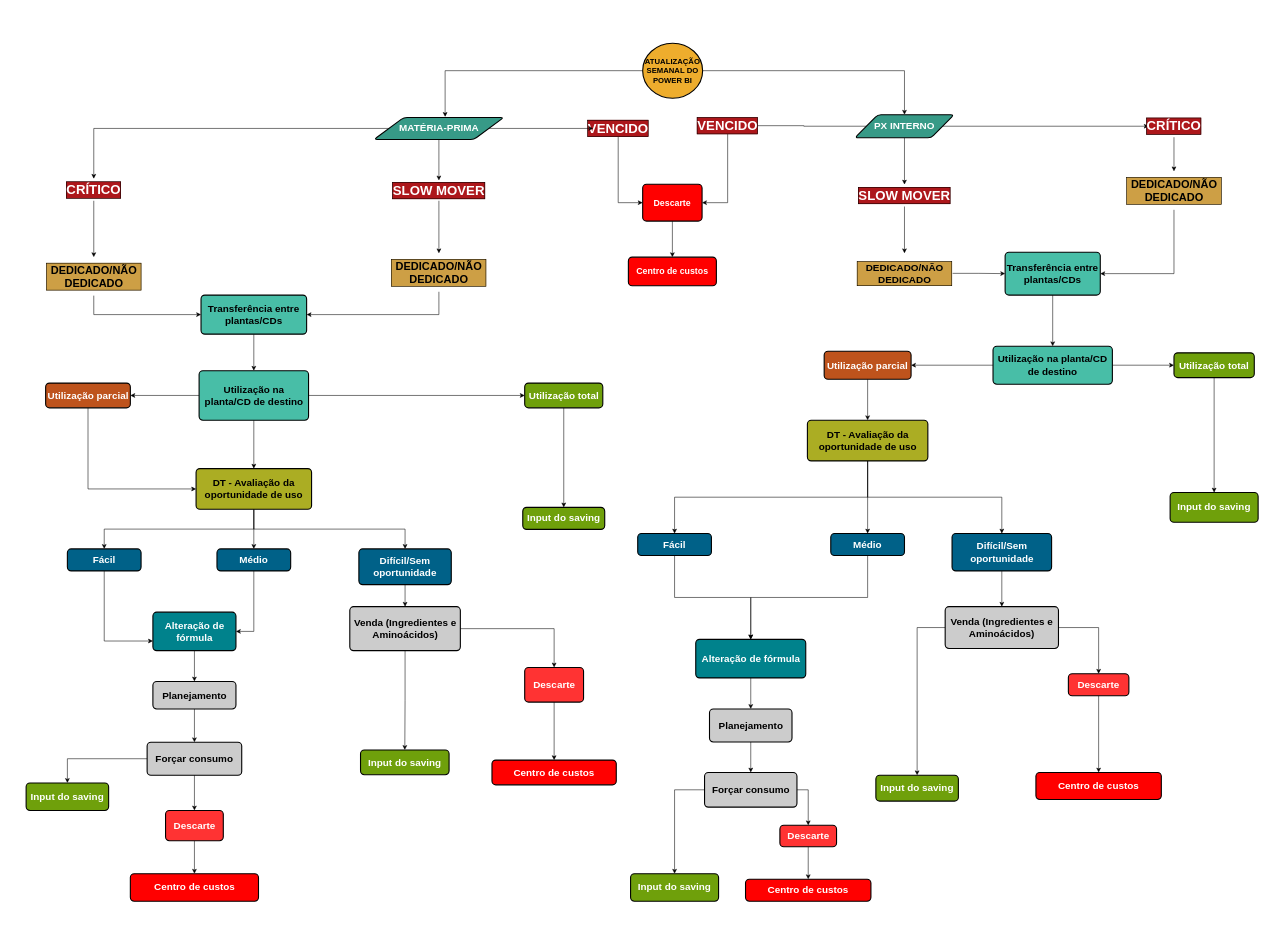
Above: page "MP e PX interno" (3 of 5) of Untitled Diagram.drawio in geovanafsantos/ascoisatudo (draw.io), before the change. Source tidied: cells renumbered, new cells numbered last; positions are measured from the earlier drawing's top-left corner, leaving out a move shared by most shapes. Both pictures are drawn from the tidied source at 55%, with x=0, y=0 at pixel (26, 43).
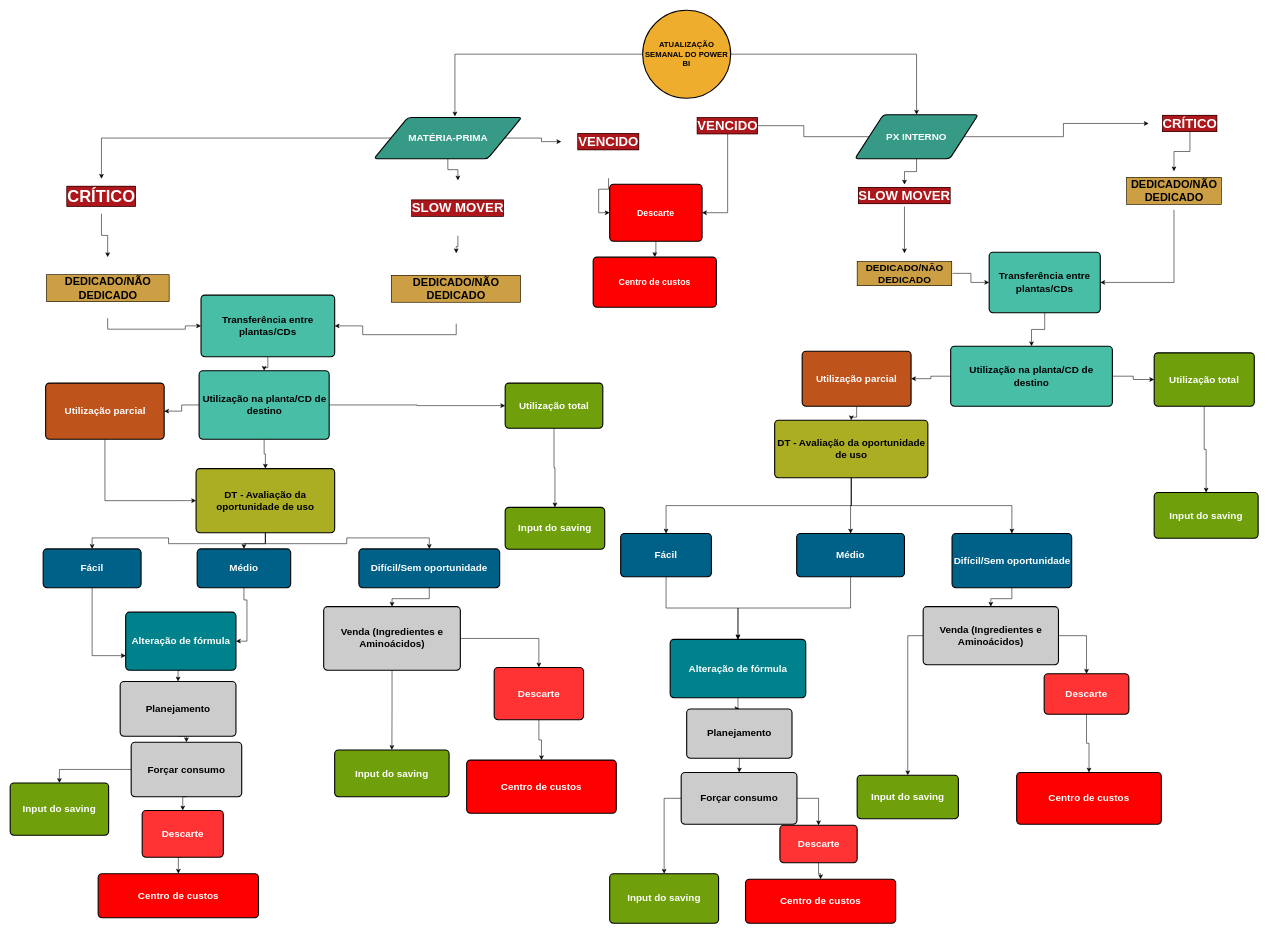
After the change.

The edit, as a diff of the source:
```diff
@@
     <mxCell id="4" value="&lt;font style=&quot;font-size: 14px;&quot;&gt;ATUALIZAÇÃO SEMANAL DO POWER BI&lt;/font&gt;" style="strokeWidth=2;html=1;shape=mxgraph.flowchart.start_2;whiteSpace=wrap;fillColor=#EEAD2D;fontSize=14;fontStyle=1;" parent="1" vertex="1">
-      <mxGeometry x="1121" width="109" height="100" as="geometry" />
+      <mxGeometry x="1121" y="-60" width="160" height="160" as="geometry" />
     </mxCell>
@@
-    <mxCell id="6" value="CRÍTICO" style="text;html=1;strokeColor=none;fillColor=none;align=center;verticalAlign=middle;whiteSpace=wrap;rounded=0;labelBackgroundColor=#AD171B;fontSize=24;labelBorderColor=#000000;fontStyle=1;fontColor=#FFFFFF;" parent="1" vertex="1">
-      <mxGeometry x="63" y="246.5" width="120" height="40" as="geometry" />
+    <mxCell id="6" value="CRÍTICO" style="text;html=1;strokeColor=none;fillColor=none;align=center;verticalAlign=middle;whiteSpace=wrap;rounded=0;labelBackgroundColor=#AD171B;fontSize=30;labelBorderColor=#000000;fontStyle=1;fontColor=#FFFFFF;" parent="1" vertex="1">
+      <mxGeometry x="63" y="246.5" width="148" height="63.5" as="geometry" />
     </mxCell>
@@
     <mxCell id="8" value="SLOW MOVER" style="text;html=1;strokeColor=none;fillColor=none;align=center;verticalAlign=middle;whiteSpace=wrap;rounded=0;labelBackgroundColor=#AD171B;fontSize=24;labelBorderColor=#000000;fontStyle=1;fontColor=#FFFFFF;" parent="1" vertex="1">
-      <mxGeometry x="659" y="249.5" width="183" height="37" as="geometry" />
+      <mxGeometry x="659" y="249.5" width="252" height="100.5" as="geometry" />
     </mxCell>
@@
     <mxCell id="10" value="VENCIDO" style="text;html=1;strokeColor=none;fillColor=none;align=center;verticalAlign=middle;whiteSpace=wrap;rounded=0;labelBackgroundColor=#AD171B;fontSize=24;labelBorderColor=#000000;fontStyle=1;fontColor=#FFFFFF;" parent="1" vertex="1">
-      <mxGeometry x="1031" y="140" width="91" height="30" as="geometry" />
+      <mxGeometry x="973" y="112.5" width="172" height="133" as="geometry" />
     </mxCell>
@@
     <mxCell id="14" value="&lt;font style=&quot;font-size: 18px;&quot;&gt;MATÉRIA-PRIMA&lt;/font&gt;" style="shape=parallelogram;html=1;strokeWidth=2;perimeter=parallelogramPerimeter;whiteSpace=wrap;rounded=1;arcSize=12;size=0.23;fillColor=#379A87;fontSize=18;fontColor=#FFFFFF;fontStyle=1;" parent="1" vertex="1">
-      <mxGeometry x="632.5" y="135" width="236" height="40" as="geometry" />
+      <mxGeometry x="632.5" y="135" width="268.5" height="75" as="geometry" />
     </mxCell>
@@
     <mxCell id="18" value="&lt;font style=&quot;font-size: 18px;&quot;&gt;PX INTERNO&lt;/font&gt;" style="shape=parallelogram;html=1;strokeWidth=2;perimeter=parallelogramPerimeter;whiteSpace=wrap;rounded=1;arcSize=12;size=0.23;fillColor=#379a87;fontSize=18;fontColor=#FFFFFF;fontStyle=1;" parent="1" vertex="1">
-      <mxGeometry x="1507" y="130" width="180" height="42" as="geometry" />
+      <mxGeometry x="1507" y="130" width="224" height="80" as="geometry" />
     </mxCell>
@@
     <mxCell id="20" value="CRÍTICO" style="text;html=1;strokeColor=none;fillColor=none;align=center;verticalAlign=middle;whiteSpace=wrap;rounded=0;labelBackgroundColor=#AD171B;fontSize=24;labelBorderColor=#000000;fontStyle=1;fontColor=#FFFFFF;" parent="1" vertex="1">
-      <mxGeometry x="2041" y="131" width="92" height="40" as="geometry" />
+      <mxGeometry x="2041" y="131" width="150" height="30" as="geometry" />
     </mxCell>
@@
     <mxCell id="24" value="&lt;font style=&quot;font-size: 16px;&quot;&gt;Descarte&lt;/font&gt;" style="rounded=1;whiteSpace=wrap;html=1;absoluteArcSize=1;arcSize=14;strokeWidth=2;labelBackgroundColor=none;fontSize=16;fillColor=#FF0000;fontColor=#FFFFFF;fontStyle=1;" parent="1" vertex="1">
-      <mxGeometry x="1121" y="256.5" width="108" height="67" as="geometry" />
+      <mxGeometry x="1061" y="256.5" width="168" height="103.5" as="geometry" />
     </mxCell>
     <mxCell id="25" value="&lt;font style=&quot;font-size: 16px&quot;&gt;Centro de custos&lt;/font&gt;" style="rounded=1;whiteSpace=wrap;html=1;absoluteArcSize=1;arcSize=14;strokeWidth=2;labelBackgroundColor=none;fontSize=16;fillColor=#FF0000;fontColor=#FFFFFF;fontStyle=1;" parent="1" vertex="1">
-      <mxGeometry x="1095" y="389" width="160" height="52" as="geometry" />
+      <mxGeometry x="1031" y="389" width="224" height="91" as="geometry" />
     </mxCell>
@@
     <mxCell id="27" value="DEDICADO/NÃO DEDICADO" style="text;html=1;strokeColor=none;fillColor=none;align=center;verticalAlign=middle;whiteSpace=wrap;rounded=0;labelBackgroundColor=#cd9f45;fontSize=20;labelBorderColor=#000000;fontStyle=1;" parent="1" vertex="1">
-      <mxGeometry x="35.5" y="389" width="175" height="70" as="geometry" />
+      <mxGeometry x="35.5" y="389" width="225.5" height="111" as="geometry" />
     </mxCell>
@@
     <mxCell id="31" value="&lt;font style=&quot;font-size: 18px;&quot;&gt;DT - Avaliação da oportunidade de uso&lt;/font&gt;" style="rounded=1;whiteSpace=wrap;html=1;absoluteArcSize=1;arcSize=14;strokeWidth=2;labelBackgroundColor=none;fontSize=18;fillColor=#abad23;fontStyle=1;" parent="1" vertex="1">
-      <mxGeometry x="309" y="773.5" width="210" height="74" as="geometry" />
+      <mxGeometry x="309" y="773.5" width="252" height="116.5" as="geometry" />
     </mxCell>
@@
     <mxCell id="33" value="&lt;font style=&quot;font-size: 18px;&quot;&gt;Alteração de fórmula&lt;/font&gt;" style="rounded=1;whiteSpace=wrap;html=1;absoluteArcSize=1;arcSize=14;strokeWidth=2;labelBackgroundColor=none;fontSize=18;fillColor=#00828c;fontColor=#FFFFFF;fontStyle=1;" parent="1" vertex="1">
-      <mxGeometry x="230.5" y="1034.5" width="151" height="70" as="geometry" />
+      <mxGeometry x="181" y="1034.5" width="200.5" height="105.5" as="geometry" />
     </mxCell>
@@
     <mxCell id="35" value="&lt;font style=&quot;font-size: 18px;&quot;&gt;Planejamento&lt;/font&gt;" style="rounded=1;whiteSpace=wrap;html=1;absoluteArcSize=1;arcSize=14;strokeWidth=2;labelBackgroundColor=none;fontSize=18;fillColor=#CCCCCC;fontStyle=1;" parent="1" vertex="1">
-      <mxGeometry x="230.5" y="1160.5" width="151" height="50" as="geometry" />
+      <mxGeometry x="171" y="1160.5" width="210.5" height="99.5" as="geometry" />
     </mxCell>
     <mxCell id="36" value="&lt;font style=&quot;font-size: 18px;&quot;&gt;Forçar consumo&lt;/font&gt;" style="rounded=1;whiteSpace=wrap;html=1;absoluteArcSize=1;arcSize=14;strokeWidth=2;labelBackgroundColor=none;fontSize=18;fillColor=#CCCCCC;fontStyle=1;" parent="1" vertex="1">
-      <mxGeometry x="220" y="1271" width="172" height="60" as="geometry" />
+      <mxGeometry x="191" y="1271" width="201" height="99" as="geometry" />
     </mxCell>
@@
     <mxCell id="39" value="&lt;span style=&quot;font-size: 18px&quot;&gt;Venda (Ingredientes e Aminoácidos)&lt;/span&gt;" style="rounded=1;whiteSpace=wrap;html=1;absoluteArcSize=1;arcSize=14;strokeWidth=2;labelBackgroundColor=none;fontSize=18;fillColor=#CCCCCC;fontStyle=1;" parent="1" vertex="1">
-      <mxGeometry x="588.5" y="1024.5" width="201" height="80" as="geometry" />
+      <mxGeometry x="541" y="1024.5" width="248.5" height="115.5" as="geometry" />
     </mxCell>
@@
     <mxCell id="41" value="&lt;font style=&quot;font-size: 18px;&quot;&gt;Alteração de fórmula&lt;/font&gt;" style="rounded=1;whiteSpace=wrap;html=1;absoluteArcSize=1;arcSize=14;strokeWidth=2;labelBackgroundColor=none;fontSize=18;fillColor=#00828c;fontColor=#FFFFFF;fontStyle=1;" parent="1" vertex="1">
-      <mxGeometry x="1217.5" y="1084" width="200" height="70" as="geometry" />
+      <mxGeometry x="1171" y="1084" width="246.5" height="106" as="geometry" />
     </mxCell>
@@
     <mxCell id="43" value="&lt;span style=&quot;font-size: 18px&quot;&gt;Venda (Ingredientes e Aminoácidos)&lt;/span&gt;" style="rounded=1;whiteSpace=wrap;html=1;absoluteArcSize=1;arcSize=14;strokeWidth=2;labelBackgroundColor=none;fontSize=18;fillColor=#CCCCCC;fontStyle=1;" parent="1" vertex="1">
-      <mxGeometry x="1671" y="1024.5" width="206" height="76" as="geometry" />
+      <mxGeometry x="1631" y="1024.5" width="246" height="105.5" as="geometry" />
     </mxCell>
@@
     <mxCell id="45" value="&lt;font style=&quot;font-size: 18px;&quot;&gt;Planejamento&lt;/font&gt;" style="rounded=1;whiteSpace=wrap;html=1;absoluteArcSize=1;arcSize=14;strokeWidth=2;labelBackgroundColor=none;fontSize=18;fillColor=#CCCCCC;fontStyle=1;" parent="1" vertex="1">
-      <mxGeometry x="1242.5" y="1210.5" width="150" height="60" as="geometry" />
+      <mxGeometry x="1201" y="1210.5" width="191.5" height="89.5" as="geometry" />
     </mxCell>
@@
     <mxCell id="48" value="&lt;font style=&quot;font-size: 18px;&quot;&gt;Forçar consumo&lt;/font&gt;" style="rounded=1;whiteSpace=wrap;html=1;absoluteArcSize=1;arcSize=14;strokeWidth=2;labelBackgroundColor=none;fontSize=18;fillColor=#CCCCCC;fontStyle=1;" parent="1" vertex="1">
-      <mxGeometry x="1233.5" y="1326" width="168" height="63" as="geometry" />
+      <mxGeometry x="1191" y="1326" width="210.5" height="94" as="geometry" />
     </mxCell>
     <mxCell id="49" value="&lt;font style=&quot;font-size: 18px;&quot;&gt;Input do saving&lt;/font&gt;" style="rounded=1;whiteSpace=wrap;html=1;absoluteArcSize=1;arcSize=14;strokeWidth=2;labelBackgroundColor=none;fontSize=18;fillColor=#6FA00B;fontStyle=1;fontColor=#FFFFFF;" parent="1" vertex="1">
-      <mxGeometry x="1099" y="1510" width="160" height="50" as="geometry" />
+      <mxGeometry x="1061" y="1510" width="198" height="90" as="geometry" />
     </mxCell>
@@
     <mxCell id="51" value="&lt;font style=&quot;font-size: 18px;&quot;&gt;Descarte&lt;/font&gt;" style="rounded=1;whiteSpace=wrap;html=1;absoluteArcSize=1;arcSize=14;strokeWidth=2;labelBackgroundColor=none;fontSize=18;fillColor=#FF3333;fontColor=#FFFFFF;fontStyle=1;" parent="1" vertex="1">
-      <mxGeometry x="1370.5" y="1422" width="103" height="39" as="geometry" />
+      <mxGeometry x="1370.5" y="1422" width="140.5" height="68" as="geometry" />
     </mxCell>
     <mxCell id="52" value="&lt;font style=&quot;font-size: 18px&quot;&gt;Centro de custos&lt;/font&gt;" style="rounded=1;whiteSpace=wrap;html=1;absoluteArcSize=1;arcSize=14;strokeWidth=2;labelBackgroundColor=none;fontSize=18;fillColor=#FF0000;fontColor=#FFFFFF;fontStyle=1;" parent="1" vertex="1">
-      <mxGeometry x="1308" y="1520" width="228" height="40" as="geometry" />
+      <mxGeometry x="1308" y="1520" width="273" height="80" as="geometry" />
     </mxCell>
@@
     <mxCell id="56" value="&lt;font style=&quot;font-size: 18px;&quot;&gt;Input do saving&lt;/font&gt;" style="rounded=1;whiteSpace=wrap;html=1;absoluteArcSize=1;arcSize=14;strokeWidth=2;labelBackgroundColor=none;fontSize=18;fillColor=#6FA00B;fontColor=#FFFFFF;fontStyle=1;" parent="1" vertex="1">
-      <mxGeometry x="1545" y="1331" width="150" height="47" as="geometry" />
+      <mxGeometry x="1511" y="1331" width="184" height="79" as="geometry" />
     </mxCell>
@@
     <mxCell id="58" value="&lt;font style=&quot;font-size: 18px;&quot;&gt;Descarte&lt;/font&gt;" style="rounded=1;whiteSpace=wrap;html=1;absoluteArcSize=1;arcSize=14;strokeWidth=2;labelBackgroundColor=none;fontSize=18;fillColor=#FF3333;fontColor=#FFFFFF;fontStyle=1;" parent="1" vertex="1">
-      <mxGeometry x="1895" y="1146.5" width="110" height="40" as="geometry" />
+      <mxGeometry x="1851" y="1146.5" width="154" height="73.5" as="geometry" />
     </mxCell>
     <mxCell id="59" value="&lt;font style=&quot;font-size: 18px&quot;&gt;Centro de custos&lt;/font&gt;" style="rounded=1;whiteSpace=wrap;html=1;absoluteArcSize=1;arcSize=14;strokeWidth=2;labelBackgroundColor=none;fontSize=18;fillColor=#FF0000;fontColor=#FFFFFF;fontStyle=1;" parent="1" vertex="1">
-      <mxGeometry x="1836" y="1326" width="228" height="49" as="geometry" />
+      <mxGeometry x="1801" y="1326" width="263" height="94" as="geometry" />
     </mxCell>
     <mxCell id="60" value="&lt;font style=&quot;font-size: 18px;&quot;&gt;Input do saving&lt;/font&gt;" style="rounded=1;whiteSpace=wrap;html=1;absoluteArcSize=1;arcSize=14;strokeWidth=2;labelBackgroundColor=none;fontSize=18;fillColor=#6FA00B;fontStyle=1;fontColor=#FFFFFF;" parent="1" vertex="1">
-      <mxGeometry x="608" y="1285" width="161" height="45" as="geometry" />
+      <mxGeometry x="561" y="1285" width="208" height="85" as="geometry" />
     </mxCell>
@@
     <mxCell id="62" value="&lt;font style=&quot;font-size: 18px;&quot;&gt;Descarte&lt;/font&gt;" style="rounded=1;whiteSpace=wrap;html=1;absoluteArcSize=1;arcSize=14;strokeWidth=2;labelBackgroundColor=none;fontSize=18;fillColor=#FF3333;fontColor=#FFFFFF;fontStyle=1;" parent="1" vertex="1">
-      <mxGeometry x="906.5" y="1135" width="107" height="63" as="geometry" />
+      <mxGeometry x="851" y="1135" width="162.5" height="95" as="geometry" />
     </mxCell>
     <mxCell id="63" value="&lt;font style=&quot;font-size: 18px&quot;&gt;Centro de custos&lt;/font&gt;" style="rounded=1;whiteSpace=wrap;html=1;absoluteArcSize=1;arcSize=14;strokeWidth=2;labelBackgroundColor=none;fontSize=18;fillColor=#FF0000;fontColor=#FFFFFF;fontStyle=1;" parent="1" vertex="1">
-      <mxGeometry x="847" y="1303.5" width="226" height="45" as="geometry" />
+      <mxGeometry x="801" y="1303.5" width="272" height="96.5" as="geometry" />
     </mxCell>
@@
     <mxCell id="66" value="&lt;font style=&quot;font-size: 18px;&quot;&gt;Input do saving&lt;/font&gt;" style="rounded=1;whiteSpace=wrap;html=1;absoluteArcSize=1;arcSize=14;strokeWidth=2;labelBackgroundColor=none;fontSize=18;fillColor=#6FA00B;fontColor=#FFFFFF;fontStyle=1;" parent="1" vertex="1">
-      <mxGeometry y="1345" width="150" height="50" as="geometry" />
+      <mxGeometry x="-29" y="1345" width="179" height="95" as="geometry" />
     </mxCell>
@@
     <mxCell id="68" value="&lt;font style=&quot;font-size: 18px;&quot;&gt;Descarte&lt;/font&gt;" style="rounded=1;whiteSpace=wrap;html=1;absoluteArcSize=1;arcSize=14;strokeWidth=2;labelBackgroundColor=none;fontSize=18;fillColor=#FF3333;fontColor=#FFFFFF;fontStyle=1;" parent="1" vertex="1">
-      <mxGeometry x="253.5" y="1395" width="105" height="55" as="geometry" />
+      <mxGeometry x="211" y="1395" width="147.5" height="85" as="geometry" />
     </mxCell>
     <mxCell id="69" value="&lt;font style=&quot;font-size: 18px&quot;&gt;Centro de custos&lt;/font&gt;" style="rounded=1;whiteSpace=wrap;html=1;absoluteArcSize=1;arcSize=14;strokeWidth=2;labelBackgroundColor=none;fontSize=18;fillColor=#FF0000;fontColor=#FFFFFF;fontStyle=1;" parent="1" vertex="1">
-      <mxGeometry x="189.5" y="1510" width="233" height="50" as="geometry" />
+      <mxGeometry x="131" y="1510" width="291.5" height="80" as="geometry" />
     </mxCell>
@@
     <mxCell id="71" value="Transferência entre plantas/CDs" style="rounded=1;whiteSpace=wrap;html=1;absoluteArcSize=1;arcSize=14;strokeWidth=2;labelBackgroundColor=none;fontSize=18;fillColor=#48BEA7;strokeColor=#000000;fontStyle=1;fontColor=#000000;" parent="1" vertex="1">
-      <mxGeometry x="318" y="458" width="192" height="71" as="geometry" />
+      <mxGeometry x="318" y="458" width="243" height="112" as="geometry" />
     </mxCell>
@@
     <mxCell id="75" value="Utilização na planta/CD de destino" style="rounded=1;whiteSpace=wrap;html=1;absoluteArcSize=1;arcSize=14;strokeWidth=2;labelBackgroundColor=none;fontSize=18;fillColor=#48BEA7;strokeColor=#000000;fontStyle=1;" parent="1" vertex="1">
-      <mxGeometry x="314.5" y="595.5" width="199" height="90" as="geometry" />
+      <mxGeometry x="314.5" y="595.5" width="236.5" height="124.5" as="geometry" />
     </mxCell>
@@
     <mxCell id="78" value="Utilização total" style="rounded=1;whiteSpace=wrap;html=1;absoluteArcSize=1;arcSize=14;strokeWidth=2;labelBackgroundColor=none;fontSize=18;fillColor=#6FA00B;strokeColor=#000000;fontStyle=1;fontColor=#FFFFFF;" parent="1" vertex="1">
-      <mxGeometry x="906.5" y="618" width="142" height="45" as="geometry" />
+      <mxGeometry x="871" y="618" width="177.5" height="82" as="geometry" />
     </mxCell>
@@
     <mxCell id="80" value="Utilização parcial" style="rounded=1;whiteSpace=wrap;html=1;absoluteArcSize=1;arcSize=14;strokeWidth=2;labelBackgroundColor=none;fontSize=18;fillColor=#BE531C;strokeColor=#000000;fontStyle=1;fontColor=#FFFFFF;" parent="1" vertex="1">
-      <mxGeometry x="35.5" y="618" width="154" height="45" as="geometry" />
+      <mxGeometry x="35.5" y="618" width="215.5" height="102" as="geometry" />
     </mxCell>
@@
     <mxCell id="82" value="Transferência entre plantas/CDs" style="rounded=1;whiteSpace=wrap;html=1;absoluteArcSize=1;arcSize=14;strokeWidth=2;labelBackgroundColor=none;fontSize=18;fillColor=#48BEA7;strokeColor=#000000;fontStyle=1;" parent="1" vertex="1">
-      <mxGeometry x="1780" y="380" width="173" height="78" as="geometry" />
+      <mxGeometry x="1751" y="380" width="202" height="110" as="geometry" />
     </mxCell>
     <mxCell id="83" value="Utilização na planta/CD de destino" style="rounded=1;whiteSpace=wrap;html=1;absoluteArcSize=1;arcSize=14;strokeWidth=2;labelBackgroundColor=none;fontSize=18;fillColor=#48BEA7;strokeColor=#000000;fontStyle=1;" parent="1" vertex="1">
-      <mxGeometry x="1758" y="551" width="217" height="69" as="geometry" />
+      <mxGeometry x="1681" y="551" width="294" height="109" as="geometry" />
     </mxCell>
@@
     <mxCell id="85" value="Fácil" style="rounded=1;whiteSpace=wrap;html=1;absoluteArcSize=1;arcSize=14;strokeWidth=2;labelBackgroundColor=none;fontSize=18;fillColor=#006188;strokeColor=#000000;fontColor=#FFFFFF;fontStyle=1;" parent="1" vertex="1">
-      <mxGeometry x="75" y="919.5" width="134" height="40" as="geometry" />
+      <mxGeometry x="31" y="919.5" width="178" height="70.5" as="geometry" />
     </mxCell>
@@
     <mxCell id="87" value="Médio" style="rounded=1;whiteSpace=wrap;html=1;absoluteArcSize=1;arcSize=14;strokeWidth=2;labelBackgroundColor=none;fontSize=18;fillColor=#006188;strokeColor=#000000;fontColor=#FFFFFF;fontStyle=1;" parent="1" vertex="1">
-      <mxGeometry x="347" y="919.5" width="134" height="40" as="geometry" />
+      <mxGeometry x="311" y="919.5" width="170" height="70.5" as="geometry" />
     </mxCell>
     <mxCell id="88" value="Difícil/Sem oportunidade" style="rounded=1;whiteSpace=wrap;html=1;absoluteArcSize=1;arcSize=14;strokeWidth=2;labelBackgroundColor=none;fontSize=18;fillColor=#006188;strokeColor=#000000;fontColor=#FFFFFF;fontStyle=1;" parent="1" vertex="1">
-      <mxGeometry x="605" y="919.5" width="168" height="65" as="geometry" />
+      <mxGeometry x="605" y="919.5" width="256" height="70.5" as="geometry" />
     </mxCell>
     <mxCell id="89" value="&lt;font style=&quot;font-size: 18px;&quot;&gt;Input do saving&lt;/font&gt;" style="rounded=1;whiteSpace=wrap;html=1;absoluteArcSize=1;arcSize=14;strokeWidth=2;labelBackgroundColor=none;fontSize=18;fillColor=#6FA00B;fontColor=#FFFFFF;fontStyle=1;" parent="1" vertex="1">
-      <mxGeometry x="903" y="844" width="149" height="40" as="geometry" />
+      <mxGeometry x="871" y="844" width="181" height="76" as="geometry" />
     </mxCell>
@@
     <mxCell id="93" value="&lt;font style=&quot;font-size: 18px;&quot;&gt;DT - Avaliação da oportunidade de uso&lt;/font&gt;" style="rounded=1;whiteSpace=wrap;html=1;absoluteArcSize=1;arcSize=14;strokeWidth=2;labelBackgroundColor=none;fontSize=18;fillColor=#ABAD23;fontStyle=1;" parent="1" vertex="1">
-      <mxGeometry x="1420.5" y="685.5" width="219" height="74" as="geometry" />
+      <mxGeometry x="1361" y="685.5" width="278.5" height="104.5" as="geometry" />
     </mxCell>
@@
     <mxCell id="95" value="Fácil" style="rounded=1;whiteSpace=wrap;html=1;absoluteArcSize=1;arcSize=14;strokeWidth=2;labelBackgroundColor=none;fontSize=18;fillColor=#006188;strokeColor=#000000;fontColor=#FFFFFF;fontStyle=1;" parent="1" vertex="1">
-      <mxGeometry x="1112" y="891.5" width="134" height="40" as="geometry" />
+      <mxGeometry x="1081" y="891.5" width="165" height="78.5" as="geometry" />
     </mxCell>
@@
     <mxCell id="97" value="Médio" style="rounded=1;whiteSpace=wrap;html=1;absoluteArcSize=1;arcSize=14;strokeWidth=2;labelBackgroundColor=none;fontSize=18;fillColor=#006188;strokeColor=#000000;fontColor=#FFFFFF;fontStyle=1;" parent="1" vertex="1">
-      <mxGeometry x="1463" y="891.5" width="134" height="40" as="geometry" />
+      <mxGeometry x="1401" y="891.5" width="196" height="78.5" as="geometry" />
     </mxCell>
@@
     <mxCell id="99" value="Difícil/Sem oportunidade" style="rounded=1;whiteSpace=wrap;html=1;absoluteArcSize=1;arcSize=14;strokeWidth=2;labelBackgroundColor=none;fontSize=18;fillColor=#006188;strokeColor=#000000;fontStyle=1;fontColor=#FFFFFF;" parent="1" vertex="1">
-      <mxGeometry x="1683.5" y="891.5" width="181" height="68" as="geometry" />
+      <mxGeometry x="1683.5" y="891.5" width="217.5" height="98.5" as="geometry" />
     </mxCell>
@@
     <mxCell id="103" value="Utilização total" style="rounded=1;whiteSpace=wrap;html=1;absoluteArcSize=1;arcSize=14;strokeWidth=2;labelBackgroundColor=none;fontSize=18;fillColor=#6FA00B;strokeColor=#000000;fontColor=#FFFFFF;fontStyle=1;" parent="1" vertex="1">
-      <mxGeometry x="2087" y="563" width="146" height="45" as="geometry" />
+      <mxGeometry x="2051" y="563" width="182" height="97" as="geometry" />
     </mxCell>
@@
     <mxCell id="105" value="Utilização parcial" style="rounded=1;whiteSpace=wrap;html=1;absoluteArcSize=1;arcSize=14;strokeWidth=2;labelBackgroundColor=none;fontSize=18;fillColor=#BE531C;strokeColor=#000000;fontStyle=1;fontColor=#FFFFFF;" parent="1" vertex="1">
-      <mxGeometry x="1451" y="560" width="158" height="51" as="geometry" />
+      <mxGeometry x="1411" y="560" width="198" height="100" as="geometry" />
     </mxCell>
     <mxCell id="106" value="&lt;font style=&quot;font-size: 18px;&quot;&gt;Input do saving&lt;/font&gt;" style="rounded=1;whiteSpace=wrap;html=1;absoluteArcSize=1;arcSize=14;strokeWidth=2;labelBackgroundColor=none;fontSize=18;fillColor=#6FA00B;fontColor=#FFFFFF;fontStyle=1;" parent="1" vertex="1">
-      <mxGeometry x="2080" y="817" width="160" height="54" as="geometry" />
+      <mxGeometry x="2051" y="817" width="189" height="83" as="geometry" />
     </mxCell>
@@
     <mxCell id="108" value="DEDICADO/NÃO DEDICADO" style="text;html=1;strokeColor=none;fillColor=none;align=center;verticalAlign=middle;whiteSpace=wrap;rounded=0;labelBackgroundColor=#cd9f45;fontSize=20;labelBorderColor=#000000;fontStyle=1;" parent="1" vertex="1">
-      <mxGeometry x="663" y="382" width="175" height="70" as="geometry" />
+      <mxGeometry x="663" y="382" width="238" height="128" as="geometry" />
     </mxCell>
```
